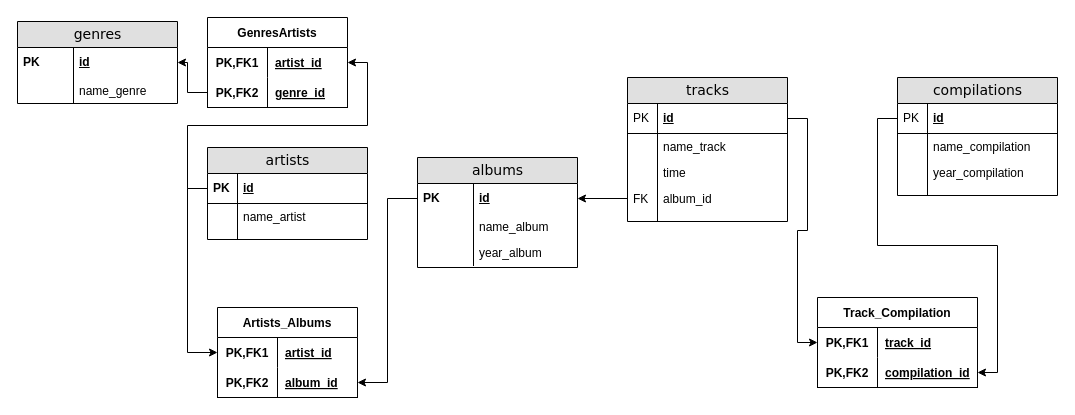
Before: HW2_Task_1.drawio in vt-71/netology_HW_SUBD_, a draw.io diagram. Source tidied: cells renumbered, new cells numbered last; positions are measured from the earlier drawing's top-left corner, leaving out a move shared by most shapes. Both pictures are drawn from the tidied source at 100%, with x=0, y=0 at pixel (17, 17).
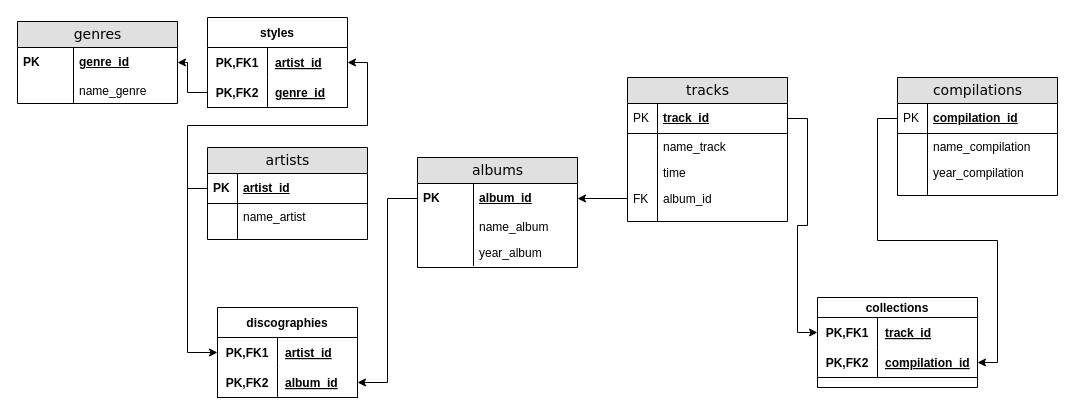
Above is the later version.

The change refers to these unchanged cells:
```xml
<mxCell id="2" value="genres" style="swimlane;html=1;fontStyle=0;horizontal=1;startSize=26;fillColor=#e0e0e0;swimlaneFillColor=#ffffff;align=center;rounded=0;shadow=0;comic=0;labelBackgroundColor=none;strokeWidth=1;fontFamily=Verdana;fontSize=14;" parent="1" vertex="1">
  <mxGeometry y="4" width="160" height="82" as="geometry" />
</mxCell>
<mxCell id="7" value="artists" style="swimlane;html=1;fontStyle=0;horizontal=1;startSize=26;fillColor=#e0e0e0;swimlaneFillColor=#ffffff;align=center;rounded=0;shadow=0;comic=0;labelBackgroundColor=none;strokeWidth=1;fontFamily=Verdana;fontSize=14;swimlaneLine=1;" parent="1" vertex="1">
  <mxGeometry x="190" y="130" width="160" height="92" as="geometry" />
</mxCell>
<mxCell id="14" value="tracks" style="swimlane;html=1;fontStyle=0;horizontal=1;startSize=26;fillColor=#e0e0e0;swimlaneFillColor=#ffffff;align=center;rounded=0;shadow=0;comic=0;labelBackgroundColor=none;strokeWidth=1;fontFamily=Verdana;fontSize=14;" parent="1" vertex="1">
  <mxGeometry x="610" y="60" width="160" height="144" as="geometry" />
</mxCell>
<mxCell id="25" value="albums" style="swimlane;html=1;fontStyle=0;horizontal=1;startSize=26;fillColor=#e0e0e0;swimlaneFillColor=#ffffff;align=center;rounded=0;shadow=0;comic=0;labelBackgroundColor=none;strokeWidth=1;fontFamily=Verdana;fontSize=14;" parent="1" vertex="1">
  <mxGeometry x="400" y="140" width="160" height="110" as="geometry" />
</mxCell>
<mxCell id="33" value="compilations" style="swimlane;html=1;fontStyle=0;horizontal=1;startSize=26;fillColor=#e0e0e0;swimlaneFillColor=#ffffff;align=center;rounded=0;shadow=0;comic=0;labelBackgroundColor=none;strokeWidth=1;fontFamily=Verdana;fontSize=14;" parent="1" vertex="1">
  <mxGeometry x="880" y="60" width="160" height="118" as="geometry" />
</mxCell>
```

Change to the diagram source:
```diff
@@
-    <mxCell id="3" value="id" style="shape=partialRectangle;top=0;left=0;right=0;bottom=0;html=1;align=left;verticalAlign=middle;fillColor=none;spacingLeft=60;spacingRight=4;whiteSpace=wrap;overflow=hidden;points=[[0,0.5],[1,0.5]];portConstraint=eastwest;fontStyle=5;" parent="2" vertex="1">
+    <mxCell id="3" value="genre_id" style="shape=partialRectangle;top=0;left=0;right=0;bottom=0;html=1;align=left;verticalAlign=middle;fillColor=none;spacingLeft=60;spacingRight=4;whiteSpace=wrap;overflow=hidden;points=[[0,0.5],[1,0.5]];portConstraint=eastwest;fontStyle=5;" parent="2" vertex="1">
       <mxGeometry y="26" width="160" height="30" as="geometry" />
     </mxCell>
@@
-    <mxCell id="8" value="id" style="shape=partialRectangle;top=0;left=0;right=0;bottom=1;html=1;align=left;verticalAlign=middle;fillColor=none;spacingLeft=34;spacingRight=4;whiteSpace=wrap;overflow=hidden;points=[[0,0.5],[1,0.5]];portConstraint=eastwest;fontStyle=5;" parent="7" vertex="1">
+    <mxCell id="8" value="artist_id" style="shape=partialRectangle;top=0;left=0;right=0;bottom=1;html=1;align=left;verticalAlign=middle;fillColor=none;spacingLeft=34;spacingRight=4;whiteSpace=wrap;overflow=hidden;points=[[0,0.5],[1,0.5]];portConstraint=eastwest;fontStyle=5;" parent="7" vertex="1">
       <mxGeometry y="26" width="160" height="30" as="geometry" />
     </mxCell>
@@
-    <mxCell id="15" value="id" style="shape=partialRectangle;top=0;left=0;right=0;bottom=1;html=1;align=left;verticalAlign=middle;fillColor=none;spacingLeft=34;spacingRight=4;whiteSpace=wrap;overflow=hidden;points=[[0,0.5],[1,0.5]];portConstraint=eastwest;fontStyle=5;" parent="14" vertex="1">
+    <mxCell id="15" value="track_id" style="shape=partialRectangle;top=0;left=0;right=0;bottom=1;html=1;align=left;verticalAlign=middle;fillColor=none;spacingLeft=34;spacingRight=4;whiteSpace=wrap;overflow=hidden;points=[[0,0.5],[1,0.5]];portConstraint=eastwest;fontStyle=5;" parent="14" vertex="1">
       <mxGeometry y="26" width="160" height="30" as="geometry" />
     </mxCell>
@@
-    <mxCell id="26" value="id" style="shape=partialRectangle;top=0;left=0;right=0;bottom=0;html=1;align=left;verticalAlign=middle;fillColor=none;spacingLeft=60;spacingRight=4;whiteSpace=wrap;overflow=hidden;points=[[0,0.5],[1,0.5]];portConstraint=eastwest;fontStyle=5;" parent="25" vertex="1">
+    <mxCell id="26" value="album_id" style="shape=partialRectangle;top=0;left=0;right=0;bottom=0;html=1;align=left;verticalAlign=middle;fillColor=none;spacingLeft=60;spacingRight=4;whiteSpace=wrap;overflow=hidden;points=[[0,0.5],[1,0.5]];portConstraint=eastwest;fontStyle=5;" parent="25" vertex="1">
       <mxGeometry y="26" width="160" height="30" as="geometry" />
     </mxCell>
@@
-    <mxCell id="34" value="id" style="shape=partialRectangle;top=0;left=0;right=0;bottom=1;html=1;align=left;verticalAlign=middle;fillColor=none;spacingLeft=34;spacingRight=4;whiteSpace=wrap;overflow=hidden;points=[[0,0.5],[1,0.5]];portConstraint=eastwest;fontStyle=5;" parent="33" vertex="1">
+    <mxCell id="34" value="compilation_id" style="shape=partialRectangle;top=0;left=0;right=0;bottom=1;html=1;align=left;verticalAlign=middle;fillColor=none;spacingLeft=34;spacingRight=4;whiteSpace=wrap;overflow=hidden;points=[[0,0.5],[1,0.5]];portConstraint=eastwest;fontStyle=5;" parent="33" vertex="1">
       <mxGeometry y="26" width="160" height="30" as="geometry" />
     </mxCell>
@@
-    <mxCell id="42" value="GenresArtists" style="shape=table;startSize=30;childLayout=tableLayout;rowLines=0;fontStyle=1;align=center;" parent="1" vertex="1">
+    <mxCell id="42" value="styles" style="shape=table;startSize=30;childLayout=tableLayout;rowLines=0;fontStyle=1;align=center;" parent="1" vertex="1">
       <mxGeometry x="190" width="140" height="90" as="geometry" />
     </mxCell>
@@
-    <mxCell id="51" value="Artists_Albums" style="shape=table;startSize=30;childLayout=tableLayout;rowLines=0;fontStyle=1;align=center;" parent="1" vertex="1">
+    <mxCell id="51" value="discographies" style="shape=table;startSize=30;childLayout=tableLayout;rowLines=0;fontStyle=1;align=center;" parent="1" vertex="1">
       <mxGeometry x="200" y="290" width="140" height="90" as="geometry" />
     </mxCell>
@@
-    <mxCell id="60" value="Track_Compilation" style="shape=table;startSize=30;childLayout=tableLayout;rowLines=0;fontStyle=1;align=center;" parent="1" vertex="1">
+    <mxCell id="60" value="collections" style="shape=table;startSize=20;childLayout=tableLayout;rowLines=0;fontStyle=1;align=center;" parent="1" vertex="1">
       <mxGeometry x="800" y="280" width="160" height="90" as="geometry" />
     </mxCell>
     <mxCell id="61" style="shape=tableRow;horizontal=0;startSize=0;swimlaneHead=0;swimlaneBody=0;fillColor=none;points=[[0,0.5],[1,0.5]];portConstraint=eastwest;top=0;left=0;right=0;bottom=0;" parent="60" vertex="1">
-      <mxGeometry y="30" width="160" height="30" as="geometry" />
+      <mxGeometry y="20" width="160" height="30" as="geometry" />
     </mxCell>
@@
     <mxCell id="64" style="shape=tableRow;horizontal=0;startSize=0;swimlaneHead=0;swimlaneBody=0;fillColor=none;points=[[0,0.5],[1,0.5]];portConstraint=eastwest;top=0;left=0;right=0;bottom=1;" parent="60" vertex="1">
-      <mxGeometry y="60" width="160" height="30" as="geometry" />
+      <mxGeometry y="50" width="160" height="30" as="geometry" />
     </mxCell>
```
